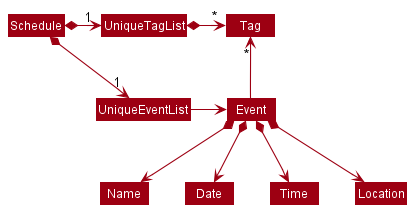
This is docs/images/BetterModelClassDiagram.png from ruthpohrp/tp, a PlantUML export, as it was before one commit.
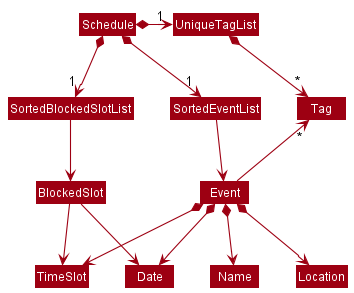
The same file after the commit.

Commit message:
Update DG and diagrams with Overlappable and SortedOverlappableList

What changed in the source:
```diff
@@ -4,18 +4,28 @@
 skinparam arrowColor MODEL_COLOR
 skinparam classBackgroundColor MODEL_COLOR
 
-Schedule *-right-> "1" UniqueEventList
+Schedule *-right-> "1" SortedEventList
 Schedule *-right-> "1" UniqueTagList
-UniqueTagList -[hidden]down- UniqueEventList
-UniqueTagList -[hidden]down- UniqueEventList
+Schedule *--> "1" SortedBlockedSlotList
+UniqueTagList -[hidden]down- SortedEventList
+UniqueTagList -[hidden]down- SortedEventList
+SortedBlockedSlotList -down-> BlockedSlot
+BlockedSlot -down-> Date
+BlockedSlot -down-> TimeSlot
 
-UniqueTagList *-right-> "*" Tag
-UniqueEventList -right-> Event
+
+UniqueTagList *-down-> "*" Tag
+SortedEventList -right-> Event
 
 Event -up-> "*" Tag
 
 Event *--> Name
 Event *--> Date
-Event *--> Time
+Event *--> TimeSlot
 Event *--> Location
+
+TimeSlot -[hidden]right-> Date
+TimeSlot -[hidden]right-> Name
+Name -[hidden]right-> Location
+Location -[hidden]right-> Tag
 @enduml
```
